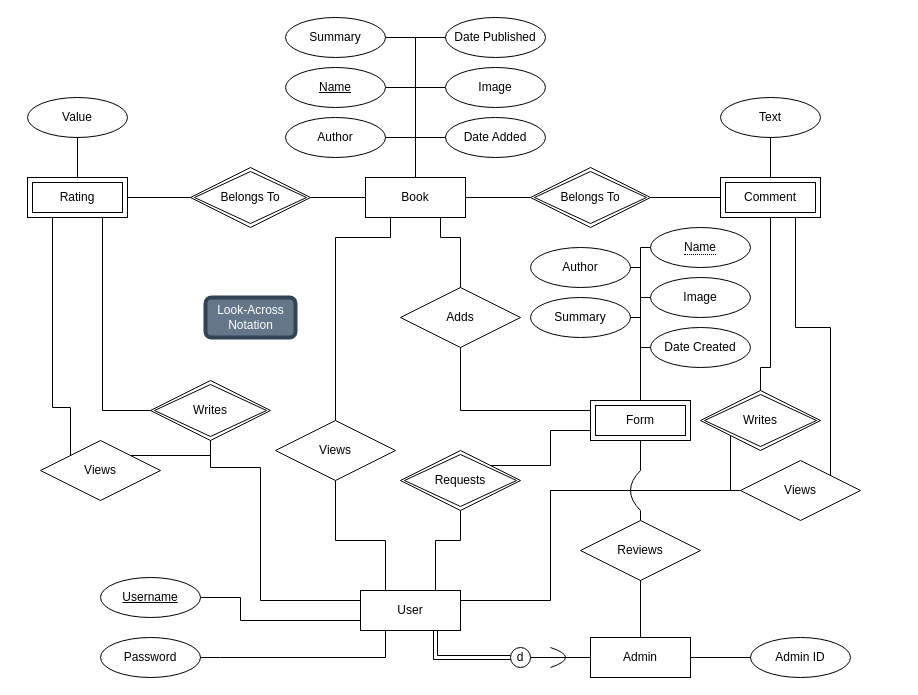
This is BDB Diagram.drawio from theinsurgentarchive/BDB, a draw.io file, before an edit. Source tidied: cells renumbered, new cells numbered last; positions are measured from the earlier drawing's top-left corner, leaving out a move shared by most shapes. Both pictures are drawn from the tidied source at 100%, with x=0, y=0 at pixel (27, 17).
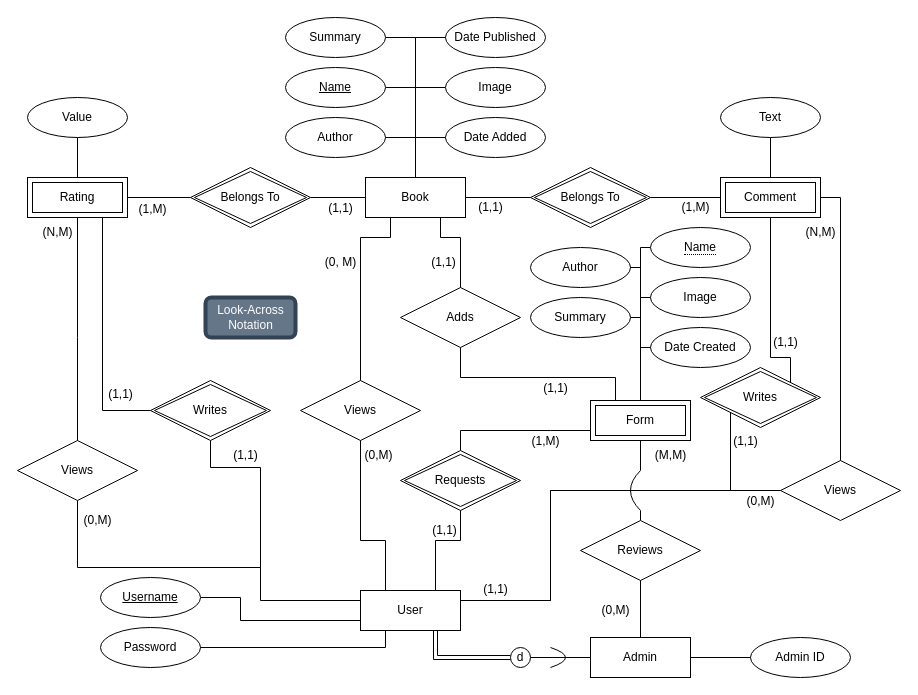
Above is the later version.

Commit message:
Added Structual Constraints to BDB Diagram.drawio

The change refers to these unchanged cells:
```xml
<mxCell id="2" value="&lt;div&gt;Book&lt;/div&gt;" style="whiteSpace=wrap;html=1;align=center;" parent="1" vertex="1">
  <mxGeometry x="338" y="160" width="100" height="40" as="geometry" />
</mxCell>
<mxCell id="11" value="Rating" style="shape=ext;margin=3;double=1;whiteSpace=wrap;html=1;align=center;" parent="1" vertex="1">
  <mxGeometry y="160" width="100" height="40" as="geometry" />
</mxCell>
<mxCell id="12" value="&lt;div&gt;Comment&lt;/div&gt;" style="shape=ext;margin=3;double=1;whiteSpace=wrap;html=1;align=center;" parent="1" vertex="1">
  <mxGeometry x="693" y="160" width="100" height="40" as="geometry" />
</mxCell>
<mxCell id="32" value="Form" style="shape=ext;margin=3;double=1;whiteSpace=wrap;html=1;align=center;" parent="1" vertex="1">
  <mxGeometry x="563" y="383" width="100" height="40" as="geometry" />
</mxCell>
<mxCell id="33" value="&lt;div&gt;Requests&lt;/div&gt;" style="shape=rhombus;double=1;perimeter=rhombusPerimeter;whiteSpace=wrap;html=1;align=center;" parent="1" vertex="1">
  <mxGeometry x="373" y="433" width="120" height="60" as="geometry" />
</mxCell>
<mxCell id="35" value="&lt;div&gt;Adds&lt;/div&gt;" style="shape=rhombus;perimeter=rhombusPerimeter;whiteSpace=wrap;html=1;align=center;" parent="1" vertex="1">
  <mxGeometry x="373" y="270" width="120" height="60" as="geometry" />
</mxCell>
<mxCell id="42" value="User" style="whiteSpace=wrap;html=1;align=center;" parent="1" vertex="1">
  <mxGeometry x="333" y="573" width="100" height="40" as="geometry" />
</mxCell>
```

The edit, as a diff of the source:
```diff
@@
     <mxCell id="23" value="&lt;div&gt;Views&lt;/div&gt;" style="shape=rhombus;perimeter=rhombusPerimeter;whiteSpace=wrap;html=1;align=center;" parent="1" vertex="1">
-      <mxGeometry x="248" y="403" width="120" height="60" as="geometry" />
+      <mxGeometry x="273" y="363" width="120" height="60" as="geometry" />
     </mxCell>
     <mxCell id="24" style="endArrow=none;html=1;rounded=0;entryX=0.5;entryY=1;entryDx=0;entryDy=0;exitX=0.25;exitY=0;exitDx=0;exitDy=0;" parent="1" edge="1" source="42" target="23">
       <mxGeometry relative="1" as="geometry">
         <Array as="points">
           <mxPoint x="358" y="523" />
-          <mxPoint x="308" y="523" />
+          <mxPoint x="333" y="523" />
         </Array>
       </mxGeometry>
     </mxCell>
     <mxCell id="25" style="endArrow=none;html=1;rounded=0;exitX=0.25;exitY=1;exitDx=0;exitDy=0;entryX=0.5;entryY=0;entryDx=0;entryDy=0;" parent="1" edge="1" source="2" target="23">
       <mxGeometry relative="1" as="geometry">
         <Array as="points">
           <mxPoint x="363" y="220" />
-          <mxPoint x="308" y="220" />
+          <mxPoint x="333" y="220" />
         </Array>
       </mxGeometry>
     </mxCell>
     <mxCell id="26" value="Views" style="shape=rhombus;perimeter=rhombusPerimeter;whiteSpace=wrap;html=1;align=center;" parent="1" vertex="1">
-      <mxGeometry x="713" y="443" width="120" height="60" as="geometry" />
+      <mxGeometry x="753" y="443" width="120" height="60" as="geometry" />
     </mxCell>
     <mxCell id="27" value="&lt;div&gt;Views&lt;/div&gt;" style="shape=rhombus;perimeter=rhombusPerimeter;whiteSpace=wrap;html=1;align=center;" parent="1" vertex="1">
-      <mxGeometry x="13" y="423" width="120" height="60" as="geometry" />
+      <mxGeometry x="-10" y="423" width="120" height="60" as="geometry" />
     </mxCell>
@@
-    <mxCell id="30" style="endArrow=none;html=1;rounded=0;exitX=0.75;exitY=1;exitDx=0;exitDy=0;entryX=1;entryY=0;entryDx=0;entryDy=0;" parent="1" edge="1" source="12" target="26">
+    <mxCell id="30" style="endArrow=none;html=1;rounded=0;exitX=1;exitY=0.5;exitDx=0;exitDy=0;entryX=0.5;entryY=0;entryDx=0;entryDy=0;" parent="1" edge="1" source="12" target="26">
       <mxGeometry relative="1" as="geometry">
         <Array as="points">
-          <mxPoint x="768" y="310" />
-          <mxPoint x="803" y="310" />
+          <mxPoint x="813" y="180" />
         </Array>
       </mxGeometry>
     </mxCell>
-    <mxCell id="31" style="endArrow=none;html=1;rounded=0;exitX=0.25;exitY=1;exitDx=0;exitDy=0;entryX=0;entryY=0;entryDx=0;entryDy=0;" parent="1" edge="1" source="11" target="27">
+    <mxCell id="31" style="endArrow=none;html=1;rounded=0;exitX=0.5;exitY=1;exitDx=0;exitDy=0;entryX=0.5;entryY=0;entryDx=0;entryDy=0;" parent="1" edge="1" source="11" target="27">
       <mxGeometry relative="1" as="geometry">
         <Array as="points">
-          <mxPoint x="25" y="390" />
-          <mxPoint x="43" y="390" />
+          <mxPoint x="50" y="320" />
         </Array>
       </mxGeometry>
     </mxCell>
@@
-    <mxCell id="36" style="endArrow=none;html=1;rounded=0;exitX=0.5;exitY=1;exitDx=0;exitDy=0;entryX=0;entryY=0.25;entryDx=0;entryDy=0;" parent="1" edge="1" source="35" target="32">
+    <mxCell id="36" style="endArrow=none;html=1;rounded=0;exitX=0.5;exitY=1;exitDx=0;exitDy=0;entryX=0.25;entryY=0;entryDx=0;entryDy=0;" parent="1" edge="1" source="35" target="32">
       <mxGeometry relative="1" as="geometry">
         <Array as="points">
-          <mxPoint x="433" y="393" />
+          <mxPoint x="433" y="360" />
+          <mxPoint x="588" y="360" />
         </Array>
       </mxGeometry>
     </mxCell>
-    <mxCell id="37" style="endArrow=none;html=1;rounded=0;exitX=1;exitY=0;exitDx=0;exitDy=0;entryX=0;entryY=0.75;entryDx=0;entryDy=0;" parent="1" edge="1" source="33" target="32">
+    <mxCell id="37" style="endArrow=none;html=1;rounded=0;exitX=0.5;exitY=0;exitDx=0;exitDy=0;entryX=0;entryY=0.75;entryDx=0;entryDy=0;" parent="1" edge="1" source="33" target="32">
       <mxGeometry relative="1" as="geometry">
         <Array as="points">
-          <mxPoint x="523" y="448" />
+          <mxPoint x="433" y="413" />
           <mxPoint x="523" y="413" />
         </Array>
       </mxGeometry>
     </mxCell>
@@
     <mxCell id="58" value="Password" style="ellipse;whiteSpace=wrap;html=1;align=center;" parent="1" vertex="1">
-      <mxGeometry x="73" y="620" width="100" height="40" as="geometry" />
+      <mxGeometry x="73" y="610" width="100" height="40" as="geometry" />
     </mxCell>
@@
-    <mxCell id="61" style="endArrow=none;html=1;rounded=0;exitX=0.25;exitY=1;exitDx=0;exitDy=0;entryX=1;entryY=0.5;entryDx=0;entryDy=0;" parent="1" edge="1" source="42" target="58">
+    <mxCell id="61" style="endArrow=none;html=1;rounded=0;entryX=1;entryY=0.5;entryDx=0;entryDy=0;exitX=0.25;exitY=1;exitDx=0;exitDy=0;" parent="1" edge="1" source="42" target="58">
       <mxGeometry relative="1" as="geometry">
         <Array as="points">
-          <mxPoint x="358" y="640" />
-          <mxPoint x="193" y="640" />
+          <mxPoint x="358" y="630" />
         </Array>
       </mxGeometry>
     </mxCell>
@@
-    <mxCell id="63" style="endArrow=none;html=1;rounded=0;exitX=1;exitY=0;exitDx=0;exitDy=0;" parent="1" edge="1" source="27">
+    <mxCell id="63" style="endArrow=none;html=1;rounded=0;exitX=0.5;exitY=1;exitDx=0;exitDy=0;" parent="1" edge="1" source="27">
       <mxGeometry relative="1" as="geometry">
-        <mxPoint x="183" y="438" as="targetPoint" />
+        <mxPoint x="233" y="550" as="targetPoint" />
+        <Array as="points">
+          <mxPoint x="50" y="550" />
+        </Array>
       </mxGeometry>
     </mxCell>
@@
     <mxCell id="65" value="Writes" style="shape=rhombus;double=1;perimeter=rhombusPerimeter;whiteSpace=wrap;html=1;align=center;" parent="1" vertex="1">
-      <mxGeometry x="673" y="373" width="120" height="60" as="geometry" />
+      <mxGeometry x="673" y="350" width="120" height="60" as="geometry" />
     </mxCell>
@@
-    <mxCell id="67" style="endArrow=none;html=1;rounded=0;exitX=0.5;exitY=0;exitDx=0;exitDy=0;entryX=0.5;entryY=1;entryDx=0;entryDy=0;" parent="1" edge="1" source="65" target="12">
+    <mxCell id="67" style="endArrow=none;html=1;rounded=0;exitX=1;exitY=0;exitDx=0;exitDy=0;entryX=0.5;entryY=1;entryDx=0;entryDy=0;" parent="1" edge="1" source="65" target="12">
       <mxGeometry relative="1" as="geometry">
         <Array as="points">
-          <mxPoint x="733" y="350" />
-          <mxPoint x="743" y="350" />
+          <mxPoint x="763" y="340" />
+          <mxPoint x="743" y="340" />
         </Array>
       </mxGeometry>
     </mxCell>
@@
+    <mxCell id="77" value="(0,M)" style="text;html=1;align=center;verticalAlign=middle;strokeColor=none;fillColor=none;" parent="1" vertex="1">
+      <mxGeometry x="563" y="578" width="50" height="30" as="geometry" />
+    </mxCell>
+    <mxCell id="78" value="(M,M)" style="text;html=1;align=center;verticalAlign=middle;strokeColor=none;fillColor=none;" parent="1" vertex="1">
+      <mxGeometry x="618" y="423" width="50" height="30" as="geometry" />
+    </mxCell>
+    <mxCell id="79" value="(1,1)" style="text;html=1;align=center;verticalAlign=middle;strokeColor=none;fillColor=none;" parent="1" vertex="1">
+      <mxGeometry x="193" y="423" width="50" height="30" as="geometry" />
+    </mxCell>
+    <mxCell id="80" value="(1,1)" style="text;html=1;align=center;verticalAlign=middle;strokeColor=none;fillColor=none;" parent="1" vertex="1">
+      <mxGeometry x="443" y="557" width="50" height="30" as="geometry" />
+    </mxCell>
+    <mxCell id="81" value="(1,1)" style="text;html=1;align=center;verticalAlign=middle;strokeColor=none;fillColor=none;" parent="1" vertex="1">
+      <mxGeometry x="392" y="498" width="50" height="30" as="geometry" />
+    </mxCell>
+    <mxCell id="82" value="(0,M)" style="text;html=1;align=center;verticalAlign=middle;strokeColor=none;fillColor=none;" parent="1" vertex="1">
+      <mxGeometry x="45" y="488" width="50" height="30" as="geometry" />
+    </mxCell>
+    <mxCell id="83" value="(0,M)" style="text;html=1;align=center;verticalAlign=middle;strokeColor=none;fillColor=none;" parent="1" vertex="1">
+      <mxGeometry x="326" y="423" width="50" height="30" as="geometry" />
+    </mxCell>
+    <mxCell id="84" value="(0,M)" style="text;html=1;align=center;verticalAlign=middle;strokeColor=none;fillColor=none;" parent="1" vertex="1">
+      <mxGeometry x="708" y="469" width="50" height="30" as="geometry" />
+    </mxCell>
+    <mxCell id="85" value="(1,1)" style="text;html=1;align=center;verticalAlign=middle;strokeColor=none;fillColor=none;" parent="1" vertex="1">
+      <mxGeometry x="693" y="409" width="50" height="30" as="geometry" />
+    </mxCell>
+    <mxCell id="86" value="(1,1)" style="text;html=1;align=center;verticalAlign=middle;strokeColor=none;fillColor=none;" parent="1" vertex="1">
+      <mxGeometry x="733" y="310" width="50" height="30" as="geometry" />
+    </mxCell>
+    <mxCell id="87" value="(N,M)" style="text;html=1;align=center;verticalAlign=middle;strokeColor=none;fillColor=none;" parent="1" vertex="1">
+      <mxGeometry x="768" y="200" width="50" height="30" as="geometry" />
+    </mxCell>
+    <mxCell id="88" value="(1,1)" style="text;html=1;align=center;verticalAlign=middle;strokeColor=none;fillColor=none;" parent="1" vertex="1">
+      <mxGeometry x="68" y="362" width="50" height="30" as="geometry" />
+    </mxCell>
+    <mxCell id="89" value="(N,M)" style="text;html=1;align=center;verticalAlign=middle;strokeColor=none;fillColor=none;" parent="1" vertex="1">
+      <mxGeometry x="5" y="200" width="50" height="30" as="geometry" />
+    </mxCell>
+    <mxCell id="90" value="(1,M)" style="text;html=1;align=center;verticalAlign=middle;strokeColor=none;fillColor=none;" parent="1" vertex="1">
+      <mxGeometry x="100" y="177" width="50" height="30" as="geometry" />
+    </mxCell>
+    <mxCell id="91" value="(1,1)" style="text;html=1;align=center;verticalAlign=middle;strokeColor=none;fillColor=none;" parent="1" vertex="1">
+      <mxGeometry x="288" y="176" width="50" height="30" as="geometry" />
+    </mxCell>
+    <mxCell id="92" value="(1,1)" style="text;html=1;align=center;verticalAlign=middle;strokeColor=none;fillColor=none;" parent="1" vertex="1">
+      <mxGeometry x="438" y="175" width="50" height="30" as="geometry" />
+    </mxCell>
+    <mxCell id="93" value="(1,M)" style="text;html=1;align=center;verticalAlign=middle;strokeColor=none;fillColor=none;" parent="1" vertex="1">
+      <mxGeometry x="643" y="175" width="50" height="30" as="geometry" />
+    </mxCell>
+    <mxCell id="94" value="(1,M)" style="text;html=1;align=center;verticalAlign=middle;strokeColor=none;fillColor=none;" parent="1" vertex="1">
+      <mxGeometry x="493" y="409" width="50" height="30" as="geometry" />
+    </mxCell>
+    <mxCell id="95" value="(1,1)" style="text;html=1;align=center;verticalAlign=middle;strokeColor=none;fillColor=none;" parent="1" vertex="1">
+      <mxGeometry x="503" y="356" width="50" height="30" as="geometry" />
+    </mxCell>
+    <mxCell id="96" value="(1,1)" style="text;html=1;align=center;verticalAlign=middle;strokeColor=none;fillColor=none;" parent="1" vertex="1">
+      <mxGeometry x="391" y="230" width="50" height="30" as="geometry" />
+    </mxCell>
+    <mxCell id="97" value="(0, M)" style="text;html=1;align=center;verticalAlign=middle;strokeColor=none;fillColor=none;" parent="1" vertex="1">
+      <mxGeometry x="288" y="230" width="50" height="30" as="geometry" />
+    </mxCell>
```
